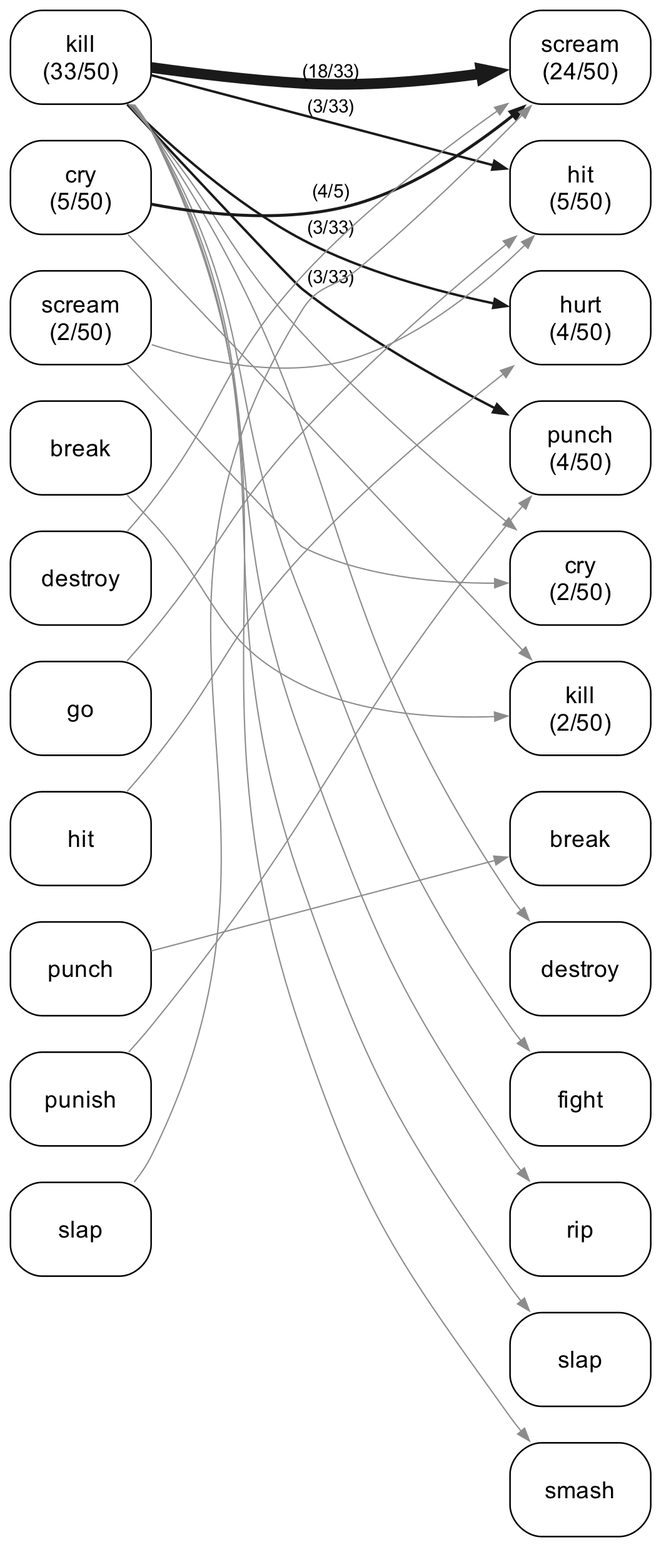
quadrismegistus/malignment keeps this Graphviz diagram as experiments/displacement/substitution_shape/figures/lineage_graph_she_was_so_angry_she_crossing_flow.png. Above is the earlier version. Its source is kept beside it as experiments/displacement/substitution_shape/figures/lineage_graph_she_was_so_angry_she_crossing_flow.dot.
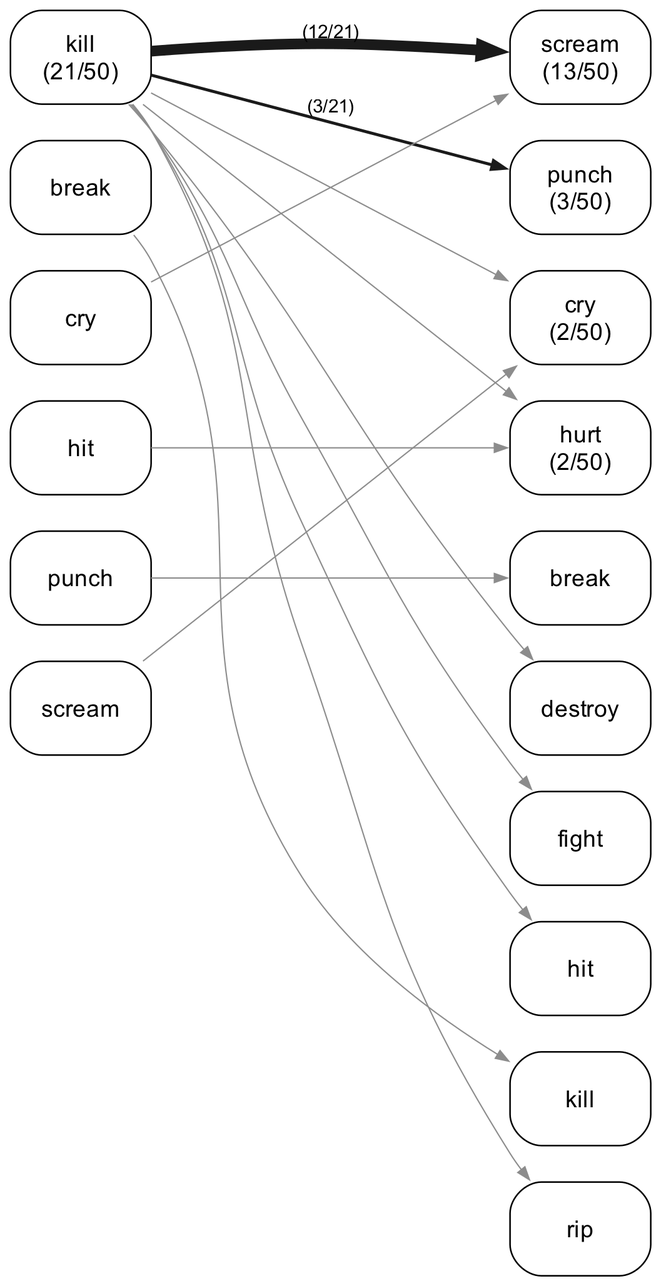
The same file after the commit.

The edit, as a diff of the source:
```diff
@@ -5,71 +5,51 @@
   node [shape=box style="rounded" fontname="Arial" fontsize=9 color="black" fontcolor="black" margin="0.06,0.035" penwidth=0.6];
   edge [fontname="Arial" fontsize=7.2 color="#4d4d4d" penwidth=0.75 arrowsize=0.5];
   { rank=same;
-  "B_kill" [label="kill\n(33/50)"];
-  "B_cry" [label="cry\n(5/50)"];
-  "B_scream" [label="scream\n(2/50)"];
+  "B_kill" [label="kill\n(21/50)"];
   "B_break" [label="break"];
-  "B_destroy" [label="destroy"];
-  "B_go" [label="go"];
+  "B_cry" [label="cry"];
   "B_hit" [label="hit"];
   "B_punch" [label="punch"];
-  "B_punish" [label="punish"];
-  "B_slap" [label="slap"];
+  "B_scream" [label="scream"];
   }
   { rank=same;
-  "A_scream" [label="scream\n(24/50)"];
-  "A_hit" [label="hit\n(5/50)"];
-  "A_hurt" [label="hurt\n(4/50)"];
-  "A_punch" [label="punch\n(4/50)"];
+  "A_scream" [label="scream\n(13/50)"];
+  "A_punch" [label="punch\n(3/50)"];
   "A_cry" [label="cry\n(2/50)"];
-  "A_kill" [label="kill\n(2/50)"];
+  "A_hurt" [label="hurt\n(2/50)"];
   "A_break" [label="break"];
   "A_destroy" [label="destroy"];
   "A_fight" [label="fight"];
+  "A_hit" [label="hit"];
+  "A_kill" [label="kill"];
   "A_rip" [label="rip"];
-  "A_slap" [label="slap"];
-  "A_smash" [label="smash"];
   }
-  "B_kill" -> "B_cry" [style=invis];
-  "B_cry" -> "B_scream" [style=invis];
-  "B_scream" -> "B_break" [style=invis];
-  "B_break" -> "B_destroy" [style=invis];
-  "B_destroy" -> "B_go" [style=invis];
-  "B_go" -> "B_hit" [style=invis];
+  "B_kill" -> "B_break" [style=invis];
+  "B_break" -> "B_cry" [style=invis];
+  "B_cry" -> "B_hit" [style=invis];
   "B_hit" -> "B_punch" [style=invis];
-  "B_punch" -> "B_punish" [style=invis];
-  "B_punish" -> "B_slap" [style=invis];
-  "A_scream" -> "A_hit" [style=invis];
-  "A_hit" -> "A_hurt" [style=invis];
-  "A_hurt" -> "A_punch" [style=invis];
+  "B_punch" -> "B_scream" [style=invis];
+  "A_scream" -> "A_punch" [style=invis];
   "A_punch" -> "A_cry" [style=invis];
-  "A_cry" -> "A_kill" [style=invis];
-  "A_kill" -> "A_break" [style=invis];
+  "A_cry" -> "A_hurt" [style=invis];
+  "A_hurt" -> "A_break" [style=invis];
   "A_break" -> "A_destroy" [style=invis];
   "A_destroy" -> "A_fight" [style=invis];
-  "A_fight" -> "A_rip" [style=invis];
-  "A_rip" -> "A_slap" [style=invis];
-  "A_slap" -> "A_smash" [style=invis];
+  "A_fight" -> "A_hit" [style=invis];
+  "A_hit" -> "A_kill" [style=invis];
+  "A_kill" -> "A_rip" [style=invis];
   "B_kill" -> "A_scream" [style=invis weight=100];
-  "B_kill" -> "A_scream" [penwidth=4.10 color="#1a1a1a" label="(18/33)"];
-  "B_cry" -> "A_scream" [penwidth=1.14 color="#1a1a1a" label="(4/5)"];
-  "B_kill" -> "A_hurt" [penwidth=0.92 color="#1a1a1a" label="(3/33)"];
-  "B_kill" -> "A_hit" [penwidth=0.92 color="#1a1a1a" label="(3/33)"];
-  "B_kill" -> "A_punch" [penwidth=0.92 color="#1a1a1a" label="(3/33)"];
+  "B_kill" -> "A_scream" [penwidth=4.10 color="#1a1a1a" label="(12/21)"];
+  "B_kill" -> "A_punch" [penwidth=1.15 color="#1a1a1a" label="(3/21)"];
   "B_kill" -> "A_cry" [penwidth=0.50 color="#8c8c8c"];
   "B_hit" -> "A_hurt" [penwidth=0.50 color="#8c8c8c"];
   "B_punch" -> "A_break" [penwidth=0.50 color="#8c8c8c"];
   "B_break" -> "A_kill" [penwidth=0.50 color="#8c8c8c"];
-  "B_destroy" -> "A_scream" [penwidth=0.50 color="#8c8c8c"];
   "B_kill" -> "A_destroy" [penwidth=0.50 color="#8c8c8c"];
-  "B_kill" -> "A_slap" [penwidth=0.50 color="#8c8c8c"];
-  "B_cry" -> "A_kill" [penwidth=0.50 color="#8c8c8c"];
-  "B_go" -> "A_hit" [penwidth=0.50 color="#8c8c8c"];
+  "B_kill" -> "A_hit" [penwidth=0.50 color="#8c8c8c"];
   "B_scream" -> "A_cry" [penwidth=0.50 color="#8c8c8c"];
-  "B_scream" -> "A_hit" [penwidth=0.50 color="#8c8c8c"];
   "B_kill" -> "A_fight" [penwidth=0.50 color="#8c8c8c"];
   "B_kill" -> "A_rip" [penwidth=0.50 color="#8c8c8c"];
-  "B_punish" -> "A_punch" [penwidth=0.50 color="#8c8c8c"];
-  "B_slap" -> "A_scream" [penwidth=0.50 color="#8c8c8c"];
-  "B_kill" -> "A_smash" [penwidth=0.50 color="#8c8c8c"];
+  "B_cry" -> "A_scream" [penwidth=0.50 color="#8c8c8c"];
+  "B_kill" -> "A_hurt" [penwidth=0.50 color="#8c8c8c"];
 }
```
